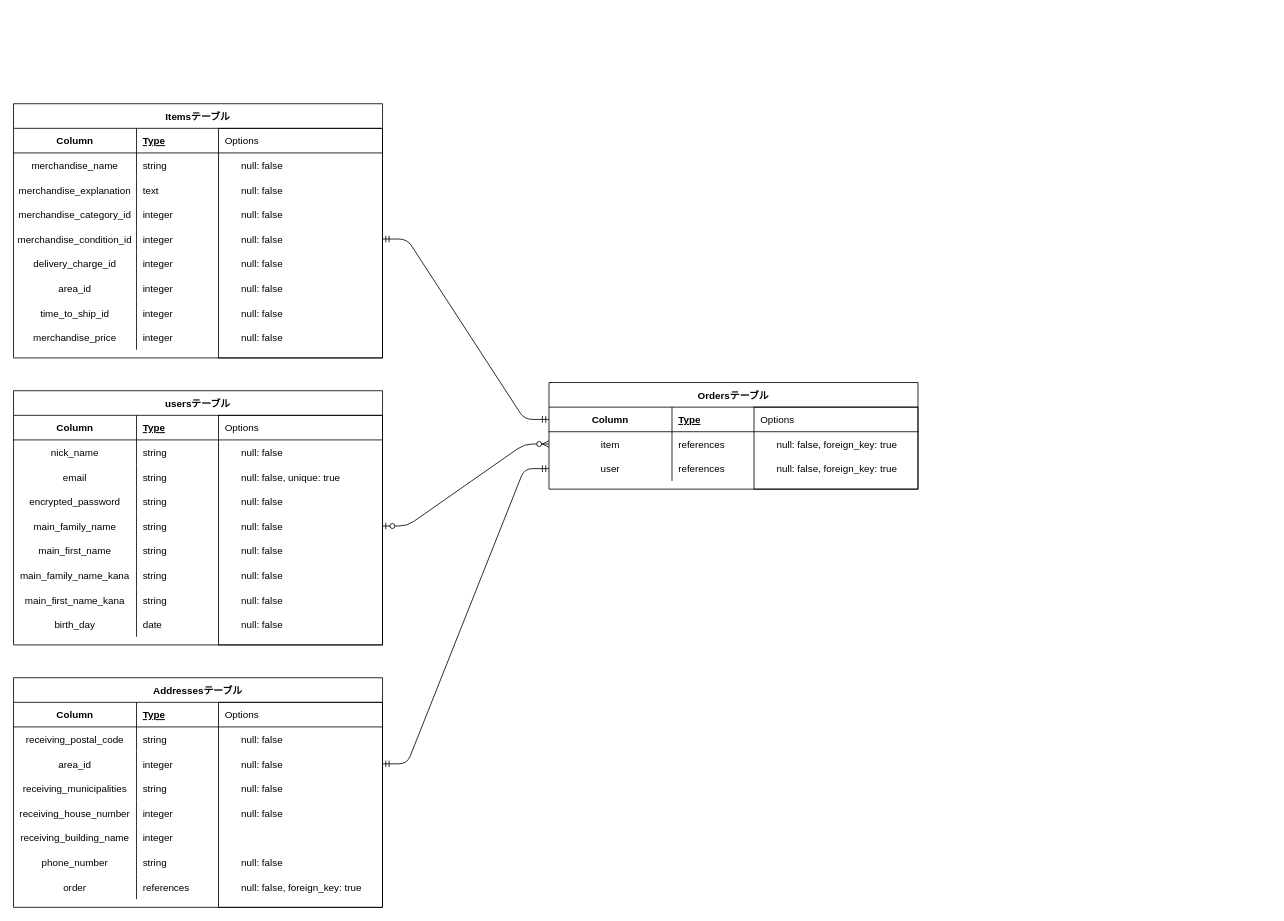
Before: DB.dio in haruki121113/furima-38493, a draw.io diagram. Source tidied: cells renumbered, new cells numbered last; positions are measured from the earlier drawing's top-left corner, leaving out a move shared by most shapes. Both pictures are drawn from the tidied source at 82%, with x=0, y=0 at pixel (13, 103).
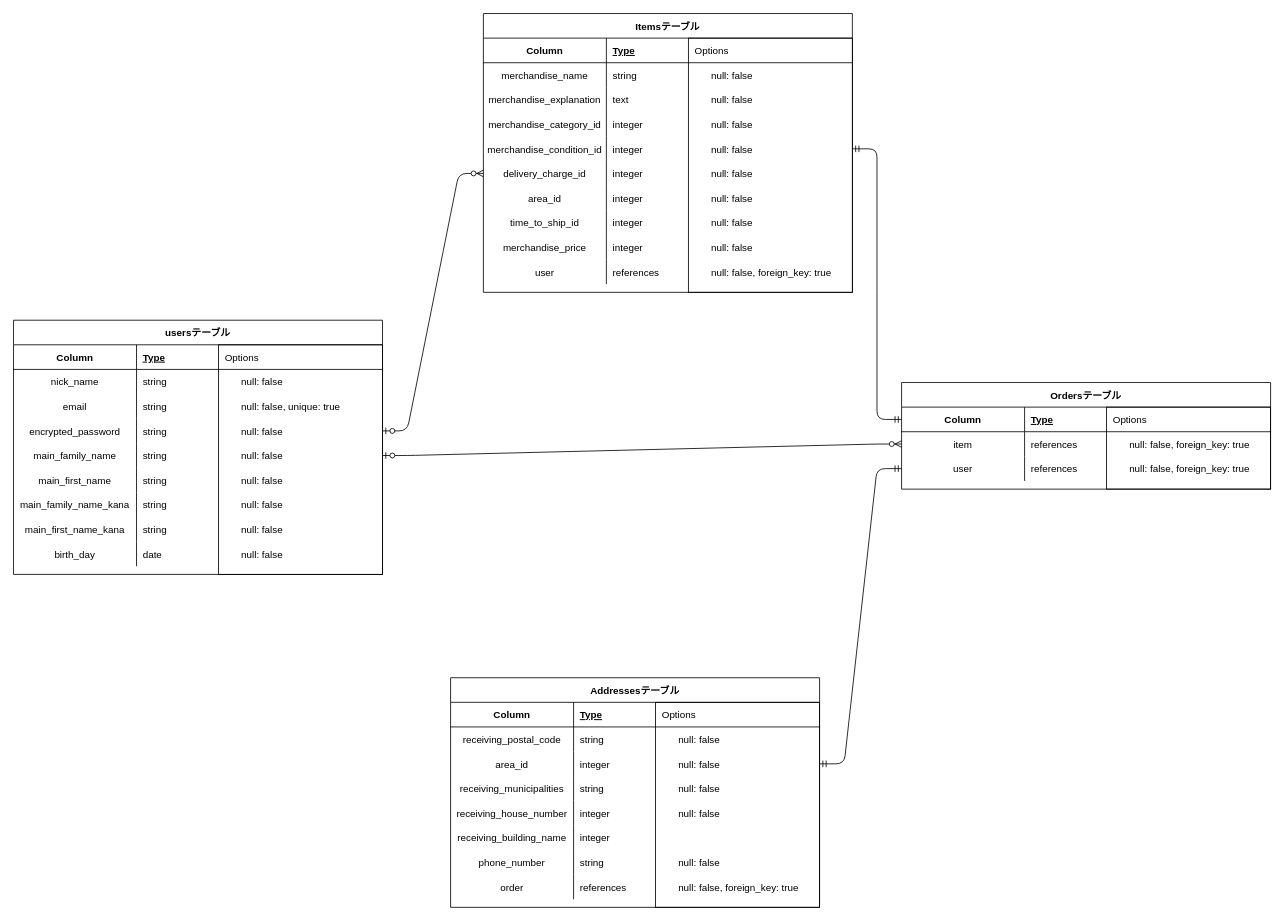
Above is the later version.

Unchanged cells that the change refers to:
```xml
<mxCell id="38" style="shape=partialRectangle;fillColor=none;top=0;left=0;bottom=0;right=0;points=[[0,0.5],[1,0.5]];portConstraint=eastwest;shadow=0;" parent="31" vertex="1">
  <mxGeometry y="60" width="200" height="30" as="geometry" />
</mxCell>
<mxCell id="82" style="shape=partialRectangle;fillColor=none;top=0;left=0;bottom=0;right=0;points=[[0,0.5],[1,0.5]];portConstraint=eastwest;" parent="66" vertex="1">
  <mxGeometry y="180" width="450" height="30" as="geometry" />
</mxCell>
```

Change to the diagram source:
```diff
@@
     <mxCell id="2" value="usersテーブル" style="shape=table;startSize=30;childLayout=tableLayout;rowLines=0;fontStyle=1;align=center;" parent="1" vertex="1">
-      <mxGeometry y="350" width="450" height="310" as="geometry" />
+      <mxGeometry y="264" width="450" height="310" as="geometry" />
     </mxCell>
@@
     <mxCell id="30" style="rounded=0;whiteSpace=wrap;html=1;shadow=0;fillColor=none;" parent="1" vertex="1">
-      <mxGeometry x="250" y="380" width="200" height="280" as="geometry" />
+      <mxGeometry x="250" y="294" width="200" height="280" as="geometry" />
     </mxCell>
     <mxCell id="31" style="shape=table;startSize=0;childLayout=tableLayout;rowLines=0;fontStyle=0;align=center;strokeColor=none;fillColor=none;shadow=0;" parent="1" vertex="1">
-      <mxGeometry x="250" y="410" width="200" height="300" as="geometry" />
+      <mxGeometry x="250" y="324" width="200" height="300" as="geometry" />
     </mxCell>
@@
     <mxCell id="62" style="shape=table;startSize=0;childLayout=tableLayout;rowLines=0;fontStyle=0;align=center;strokeColor=none;fillColor=none;shadow=0;" parent="1" vertex="1">
-      <mxGeometry x="220" y="380" width="180" height="30" as="geometry" />
+      <mxGeometry x="220" y="294" width="180" height="30" as="geometry" />
     </mxCell>
@@
     <mxCell id="66" value="Itemsテーブル" style="shape=table;startSize=30;childLayout=tableLayout;rowLines=0;fontStyle=1;align=center;" parent="1" vertex="1">
-      <mxGeometry width="450" height="310" as="geometry" />
+      <mxGeometry x="573" y="-110" width="450" height="340" as="geometry" />
     </mxCell>
@@
+    <mxCell id="231" style="shape=partialRectangle;fillColor=none;top=0;left=0;bottom=0;right=0;" parent="66" vertex="1">
+      <mxGeometry y="300" width="450" height="30" as="geometry" />
+    </mxCell>
+    <mxCell id="232" value="user" style="shape=partialRectangle;fillColor=none;top=0;left=0;bottom=0;right=0;overflow=hidden;" parent="231" vertex="1">
+      <mxGeometry width="150" height="30" as="geometry" />
+    </mxCell>
+    <mxCell id="233" value="references" style="shape=partialRectangle;fillColor=none;top=0;left=0;bottom=0;right=0;align=left;spacingLeft=6;overflow=hidden;" parent="231" vertex="1">
+      <mxGeometry x="150" width="300" height="30" as="geometry" />
+    </mxCell>
     <mxCell id="94" style="rounded=0;whiteSpace=wrap;html=1;shadow=0;fillColor=none;" parent="1" vertex="1">
-      <mxGeometry x="250" y="30" width="200" height="280" as="geometry" />
+      <mxGeometry x="823" y="-80" width="200" height="310" as="geometry" />
     </mxCell>
     <mxCell id="95" style="shape=table;startSize=0;childLayout=tableLayout;rowLines=0;fontStyle=0;align=center;strokeColor=none;fillColor=none;shadow=0;" parent="1" vertex="1">
-      <mxGeometry x="250" y="60" width="200" height="270" as="geometry" />
+      <mxGeometry x="823" y="-50" width="200" height="270" as="geometry" />
     </mxCell>
@@
-    <mxCell id="120" style="shape=partialRectangle;fillColor=none;top=0;left=0;bottom=0;right=0;shadow=0;" parent="95" vertex="1">
-      <mxGeometry y="240" width="200" height="30" as="geometry" />
-    </mxCell>
-    <mxCell id="121" style="shape=partialRectangle;fillColor=none;top=0;left=0;bottom=0;right=0;overflow=hidden;shadow=0;" parent="120" vertex="1">
-      <mxGeometry width="20" height="30" as="geometry" />
-    </mxCell>
-    <mxCell id="122" style="shape=partialRectangle;fillColor=none;top=0;left=0;bottom=0;right=0;align=left;spacingLeft=6;overflow=hidden;shadow=0;" parent="120" vertex="1">
-      <mxGeometry x="20" width="180" height="30" as="geometry" />
-    </mxCell>
+    <mxCell id="234" style="shape=partialRectangle;fillColor=none;top=0;left=0;bottom=0;right=0;" parent="95" vertex="1">
+      <mxGeometry y="240" width="200" height="30" as="geometry" />
+    </mxCell>
+    <mxCell id="235" style="shape=partialRectangle;fillColor=none;top=0;left=0;bottom=0;right=0;overflow=hidden;" parent="234" vertex="1">
+      <mxGeometry width="20" height="30" as="geometry" />
+    </mxCell>
+    <mxCell id="236" value="null: false, foreign_key: true" style="shape=partialRectangle;fillColor=none;top=0;left=0;bottom=0;right=0;align=left;spacingLeft=6;overflow=hidden;" parent="234" vertex="1">
+      <mxGeometry x="20" width="180" height="30" as="geometry" />
+    </mxCell>
     <mxCell id="123" style="shape=table;startSize=0;childLayout=tableLayout;rowLines=0;fontStyle=0;align=center;strokeColor=none;fillColor=none;shadow=0;" parent="1" vertex="1">
-      <mxGeometry x="220" y="30" width="180" height="30" as="geometry" />
+      <mxGeometry x="793" y="-80" width="180" height="30" as="geometry" />
     </mxCell>
@@
     <mxCell id="127" value="Addressesテーブル" style="shape=table;startSize=30;childLayout=tableLayout;rowLines=0;fontStyle=1;align=center;" parent="1" vertex="1">
-      <mxGeometry y="700" width="450" height="280" as="geometry" />
+      <mxGeometry x="533" y="700" width="450" height="280" as="geometry" />
     </mxCell>
@@
     <mxCell id="152" style="rounded=0;whiteSpace=wrap;html=1;shadow=0;fillColor=none;" parent="1" vertex="1">
-      <mxGeometry x="250" y="730" width="200" height="250" as="geometry" />
+      <mxGeometry x="783" y="730" width="200" height="250" as="geometry" />
     </mxCell>
     <mxCell id="153" style="shape=table;startSize=0;childLayout=tableLayout;rowLines=0;fontStyle=0;align=center;strokeColor=none;fillColor=none;shadow=0;" parent="1" vertex="1">
-      <mxGeometry x="250" y="760" width="200" height="210" as="geometry" />
+      <mxGeometry x="783" y="760" width="200" height="210" as="geometry" />
     </mxCell>
@@
     <mxCell id="175" style="shape=table;startSize=0;childLayout=tableLayout;rowLines=0;fontStyle=0;align=center;strokeColor=none;fillColor=none;shadow=0;" parent="1" vertex="1">
-      <mxGeometry x="220" y="730" width="180" height="30" as="geometry" />
+      <mxGeometry x="753" y="730" width="180" height="30" as="geometry" />
     </mxCell>
@@
     <mxCell id="179" value="Ordersテーブル" style="shape=table;startSize=30;childLayout=tableLayout;rowLines=0;fontStyle=1;align=center;" parent="1" vertex="1">
-      <mxGeometry x="653" y="340" width="450" height="130" as="geometry" />
+      <mxGeometry x="1083" y="340" width="450" height="130" as="geometry" />
     </mxCell>
@@
     <mxCell id="189" style="rounded=0;whiteSpace=wrap;html=1;shadow=0;fillColor=none;" parent="1" vertex="1">
-      <mxGeometry x="903" y="370" width="200" height="100" as="geometry" />
+      <mxGeometry x="1333" y="370" width="200" height="100" as="geometry" />
     </mxCell>
     <mxCell id="190" style="shape=table;startSize=0;childLayout=tableLayout;rowLines=0;fontStyle=0;align=center;strokeColor=none;fillColor=none;shadow=0;" parent="1" vertex="1">
-      <mxGeometry x="903" y="400" width="200" height="330" as="geometry" />
+      <mxGeometry x="1333" y="400" width="200" height="330" as="geometry" />
     </mxCell>
@@
     <mxCell id="224" style="shape=table;startSize=0;childLayout=tableLayout;rowLines=0;fontStyle=0;align=center;strokeColor=none;fillColor=none;shadow=0;" parent="1" vertex="1">
-      <mxGeometry x="873" y="370" width="180" height="30" as="geometry" />
+      <mxGeometry x="1303" y="370" width="180" height="30" as="geometry" />
     </mxCell>
@@
+    <mxCell id="237" style="edgeStyle=entityRelationEdgeStyle;fontSize=12;html=1;endArrow=ERzeroToMany;startArrow=ERzeroToOne;entryX=0;entryY=0.5;entryDx=0;entryDy=0;exitX=1;exitY=0.5;exitDx=0;exitDy=0;" parent="1" edge="1" source="38" target="82">
+      <mxGeometry relative="1" as="geometry" />
+    </mxCell>
```
